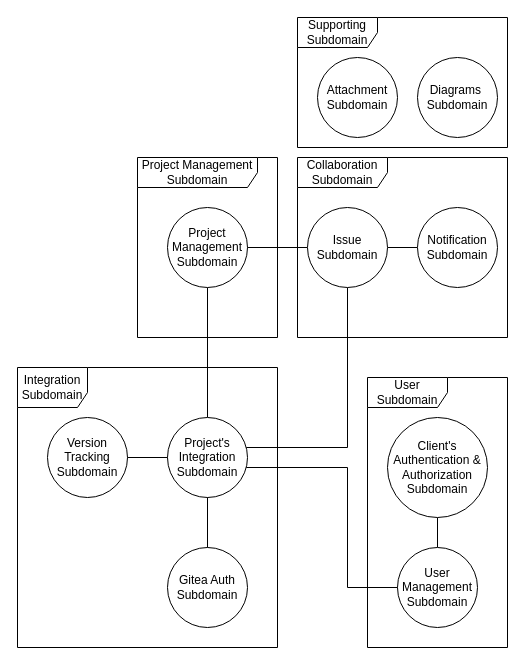
This is page "Domain" (4 of 6) of Diagrams/Event Storm.drawio from ryusu777/TodoApp, a draw.io file, before an edit. Source tidied: cells renumbered, new cells numbered last; positions are measured from the earlier drawing's top-left corner, leaving out a move shared by most shapes. Both pictures are drawn from the tidied source at 100%, with x=0, y=0 at pixel (17, 17).
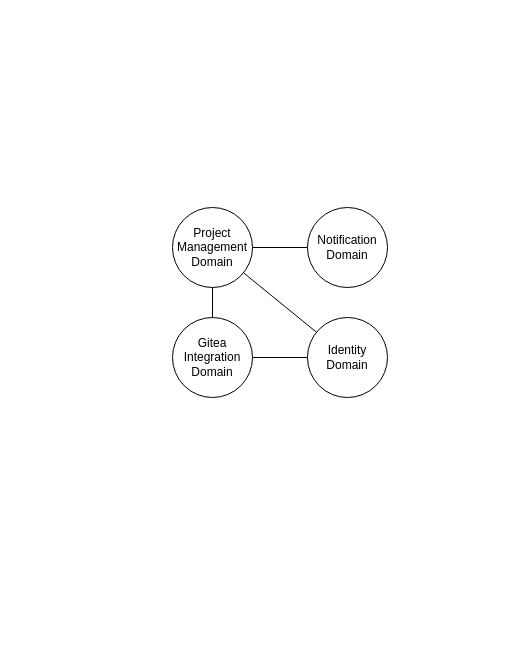
The same diagram, later.

The edit, as a diff of the source:
```diff
@@
-    <mxCell id="2" value="Project Management Subdomain" style="shape=umlFrame;whiteSpace=wrap;html=1;width=120;height=30;" parent="1" vertex="1">
-      <mxGeometry x="120" y="140" width="140" height="180" as="geometry" />
-    </mxCell>
@@
-    <mxCell id="4" value="Project Management&lt;br&gt;Subdomain" style="ellipse;whiteSpace=wrap;html=1;" parent="1" vertex="1">
-      <mxGeometry x="150" y="190" width="80" height="80" as="geometry" />
+    <mxCell id="4" value="Project Management&lt;br&gt;Domain" style="ellipse;whiteSpace=wrap;html=1;" parent="1" vertex="1">
+      <mxGeometry x="155" y="190" width="80" height="80" as="geometry" />
     </mxCell>
-    <mxCell id="5" value="Collaboration Subdomain" style="shape=umlFrame;whiteSpace=wrap;html=1;width=90;height=30;fillColor=none;" parent="1" vertex="1">
-      <mxGeometry x="280" y="140" width="210" height="180" as="geometry" />
-    </mxCell>
-    <mxCell id="6" style="edgeStyle=none;rounded=0;jettySize=auto;html=1;endArrow=none;endFill=0;" parent="1" edge="1" source="9" target="10">
-      <mxGeometry relative="1" as="geometry" />
-    </mxCell>
-    <mxCell id="7" style="edgeStyle=orthogonalEdgeStyle;rounded=0;jettySize=auto;html=1;endArrow=none;endFill=0;" parent="1" edge="1" source="9" target="4">
+    <mxCell id="7" style="edgeStyle=orthogonalEdgeStyle;rounded=0;jettySize=auto;html=1;endArrow=none;endFill=0;" parent="1" edge="1" source="10" target="4">
       <mxGeometry relative="1" as="geometry" />
     </mxCell>
-    <mxCell id="8" style="edgeStyle=orthogonalEdgeStyle;rounded=0;jettySize=auto;html=1;endArrow=none;endFill=0;" parent="1" edge="1" source="9" target="12">
-      <mxGeometry relative="1" as="geometry">
-        <Array as="points">
-          <mxPoint x="330" y="430" />
-        </Array>
-      </mxGeometry>
-    </mxCell>
-    <mxCell id="9" value="Issue Subdomain" style="ellipse;whiteSpace=wrap;html=1;" parent="1" vertex="1">
-      <mxGeometry x="290" y="190" width="80" height="80" as="geometry" />
-    </mxCell>
-    <mxCell id="10" value="Notification Subdomain" style="ellipse;whiteSpace=wrap;html=1;" parent="1" vertex="1">
-      <mxGeometry x="400" y="190" width="80" height="80" as="geometry" />
+    <mxCell id="10" value="Notification Domain" style="ellipse;whiteSpace=wrap;html=1;" parent="1" vertex="1">
+      <mxGeometry x="290" y="190" width="80" height="80" as="geometry" />
     </mxCell>
-    <mxCell id="11" value="Integration Subdomain" style="shape=umlFrame;whiteSpace=wrap;html=1;width=70;height=40;" parent="1" vertex="1">
-      <mxGeometry y="350" width="260" height="280" as="geometry" />
-    </mxCell>
-    <mxCell id="12" value="Project's Integration&lt;br&gt;Subdomain" style="ellipse;whiteSpace=wrap;html=1;" parent="1" vertex="1">
-      <mxGeometry x="150" y="400" width="80" height="80" as="geometry" />
+    <mxCell id="12" value="Gitea Integration Domain" style="ellipse;whiteSpace=wrap;html=1;" parent="1" vertex="1">
+      <mxGeometry x="155" y="300" width="80" height="80" as="geometry" />
     </mxCell>
-    <mxCell id="13" value="User Subdomain" style="shape=umlFrame;whiteSpace=wrap;html=1;width=80;height=30;" parent="1" vertex="1">
-      <mxGeometry x="350" y="360" width="140" height="270" as="geometry" />
-    </mxCell>
-    <mxCell id="14" style="edgeStyle=orthogonalEdgeStyle;rounded=0;jettySize=auto;html=1;endArrow=none;endFill=0;" parent="1" edge="1" source="15" target="16">
-      <mxGeometry relative="1" as="geometry" />
-    </mxCell>
-    <mxCell id="15" value="Client's Authentication &amp;amp; Authorization&lt;br&gt;Subdomain" style="ellipse;whiteSpace=wrap;html=1;" parent="1" vertex="1">
-      <mxGeometry x="370" y="400" width="100" height="100" as="geometry" />
-    </mxCell>
-    <mxCell id="16" value="User Management&lt;br&gt;Subdomain" style="ellipse;whiteSpace=wrap;html=1;" parent="1" vertex="1">
-      <mxGeometry x="380" y="530" width="80" height="80" as="geometry" />
+    <mxCell id="16" value="Identity Domain" style="ellipse;whiteSpace=wrap;html=1;" parent="1" vertex="1">
+      <mxGeometry x="290" y="300" width="80" height="80" as="geometry" />
     </mxCell>
-    <mxCell id="17" value="Attachment Subdomain" style="ellipse;whiteSpace=wrap;html=1;" parent="1" vertex="1">
-      <mxGeometry x="300" y="40" width="80" height="80" as="geometry" />
-    </mxCell>
-    <mxCell id="18" value="Diagrams&amp;nbsp;&lt;br&gt;Subdomain" style="ellipse;whiteSpace=wrap;html=1;" parent="1" vertex="1">
-      <mxGeometry x="400" y="40" width="80" height="80" as="geometry" />
-    </mxCell>
-    <mxCell id="19" value="Version Tracking Subdomain" style="ellipse;whiteSpace=wrap;html=1;" parent="1" vertex="1">
-      <mxGeometry x="30" y="400" width="80" height="80" as="geometry" />
-    </mxCell>
-    <mxCell id="20" style="edgeStyle=none;rounded=0;jettySize=auto;html=1;endArrow=none;endFill=0;" parent="1" edge="1" source="12" target="19">
-      <mxGeometry relative="1" as="geometry" />
-    </mxCell>
     <mxCell id="21" style="edgeStyle=orthogonalEdgeStyle;rounded=0;jettySize=auto;html=1;endArrow=none;endFill=0;" parent="1" edge="1" source="16" target="12">
       <mxGeometry relative="1" as="geometry">
         <Array as="points">
-          <mxPoint x="330" y="570" />
-          <mxPoint x="330" y="450" />
+          <mxPoint x="310" y="340" />
+          <mxPoint x="310" y="340" />
         </Array>
       </mxGeometry>
     </mxCell>
-    <mxCell id="22" value="Supporting Subdomain" style="shape=umlFrame;whiteSpace=wrap;html=1;width=80;height=30;" parent="1" vertex="1">
-      <mxGeometry x="280" width="210" height="130" as="geometry" />
-    </mxCell>
-    <mxCell id="23" value="Gitea Auth Subdomain" style="ellipse;whiteSpace=wrap;html=1;" parent="1" vertex="1">
-      <mxGeometry x="150" y="530" width="80" height="80" as="geometry" />
-    </mxCell>
-    <mxCell id="24" style="edgeStyle=none;rounded=0;jettySize=auto;html=1;endArrow=none;endFill=0;" parent="1" edge="1" source="12" target="23">
-      <mxGeometry relative="1" as="geometry" />
-    </mxCell>
+    <mxCell id="25" style="edgeStyle=none;rounded=0;jettySize=auto;html=1;endArrow=none;endFill=0;" parent="1" edge="1" source="4" target="16">
+      <mxGeometry relative="1" as="geometry" />
+    </mxCell>
```
